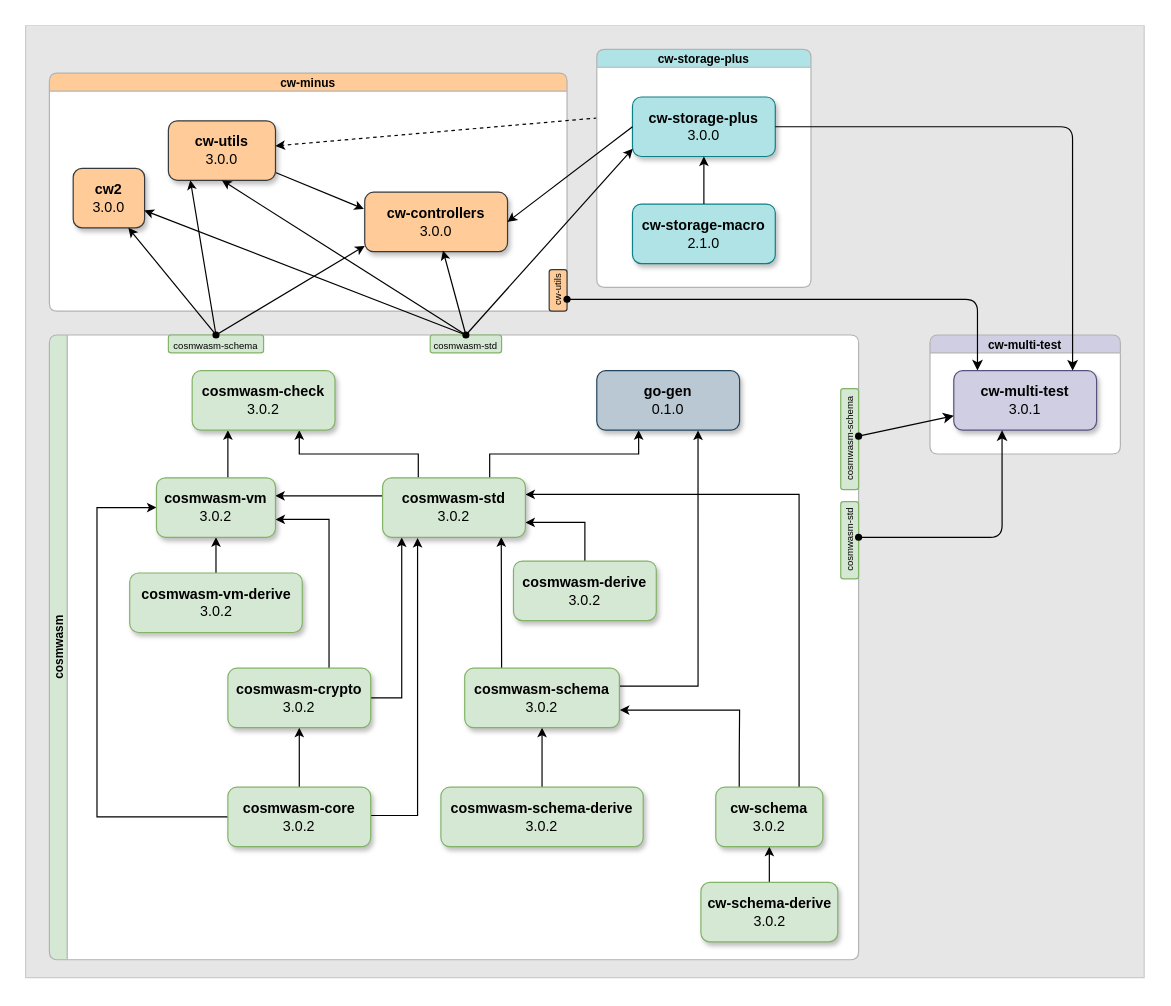
Above: dependencies/all-dependencies.drawio in DariuszDepta/cosmwasm-notes (draw.io), before the change. Source tidied: cells renumbered, new cells numbered last; positions are measured from the earlier drawing's top-left corner, leaving out a move shared by most shapes. Both pictures are drawn from the tidied source at 119%, with x=0, y=0 at pixel (25, 25).
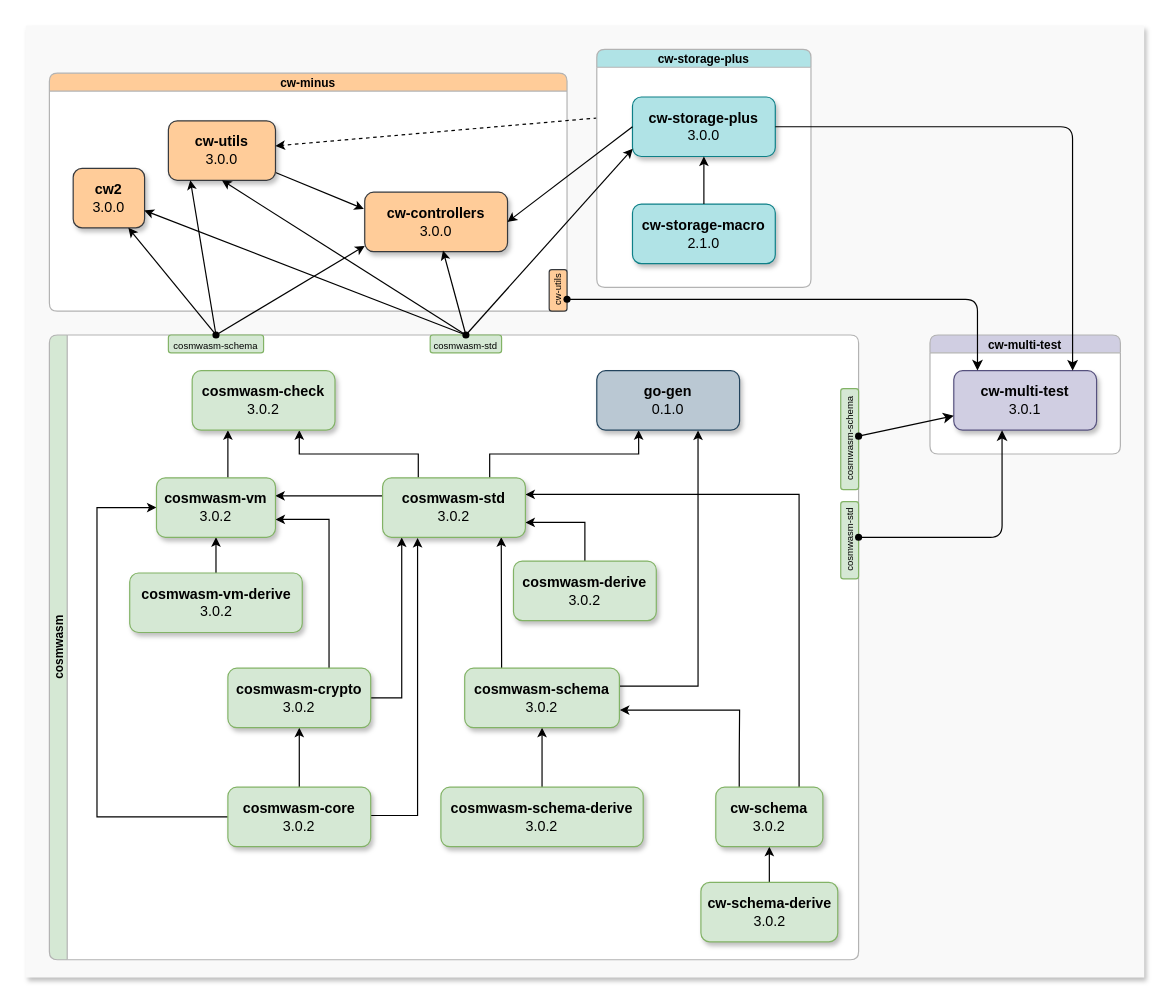
Above is the later version.

Diff of the diagram source:
```diff
@@
-    <mxCell id="2" style="swimlane;startSize=0;rounded=1;strokeColor=#CCCCCC;swimlaneFillColor=#E6E6E6;" parent="1" vertex="1">
+    <mxCell id="2" style="swimlane;startSize=0;rounded=1;strokeColor=none;swimlaneFillColor=#F9F9F9;swimlaneLine=0;shadow=1;fillStyle=solid;" parent="1" vertex="1">
       <mxGeometry width="940" height="800" as="geometry" />
     </mxCell>
```
